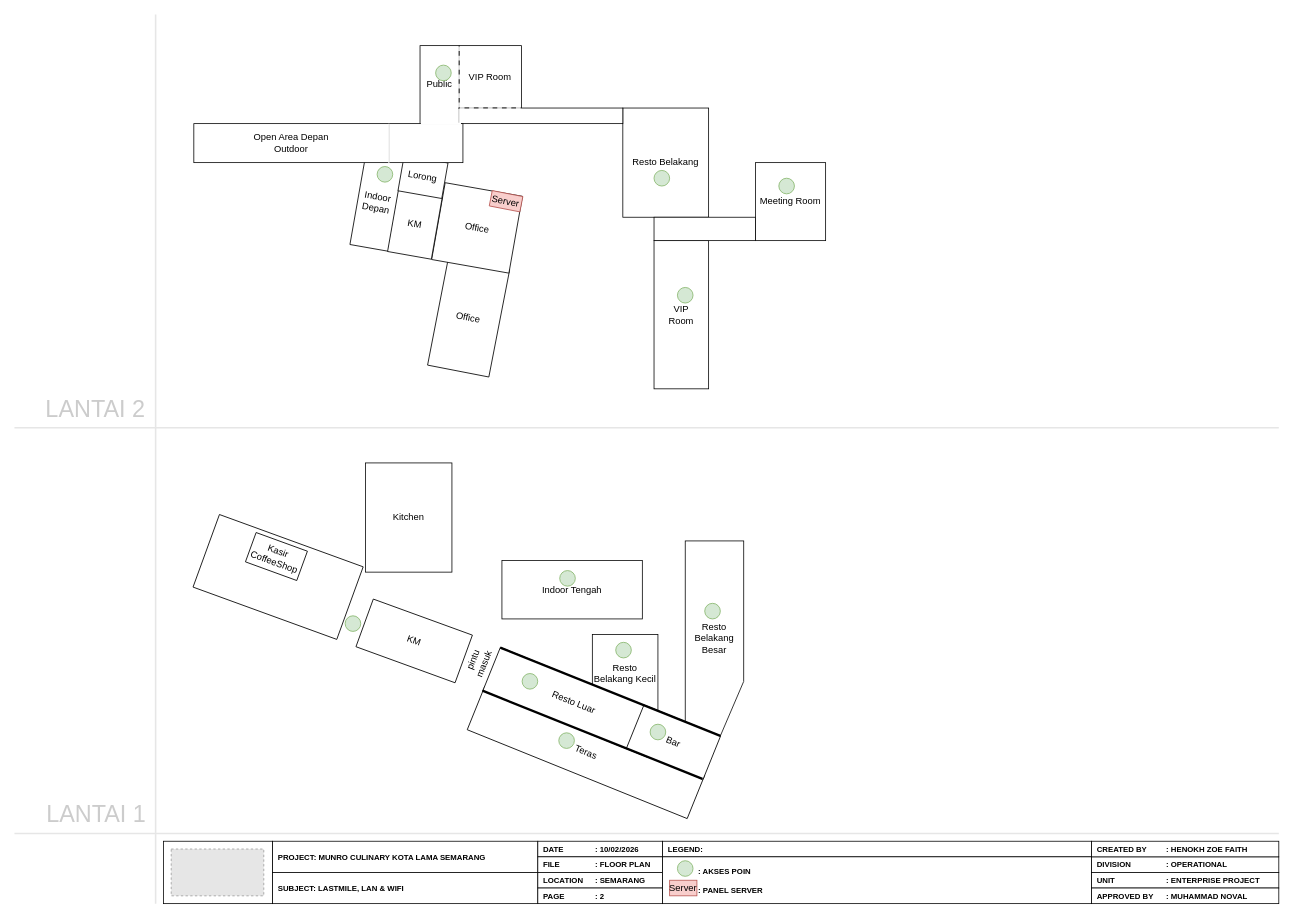
Above: page "FloorPlan" (2 of 2) of Plnnning AP Munro Culinary.drawio in hnkzf/topologi-site (draw.io), before the change. Source tidied: cells renumbered, new cells numbered last; positions are measured from the earlier drawing's top-left corner, leaving out a move shared by most shapes. Both pictures are drawn from the tidied source at 78%, with x=0, y=0 at pixel (14, 14). Pictures stored in the file or linked from it are replaced by grey dashed boxes.
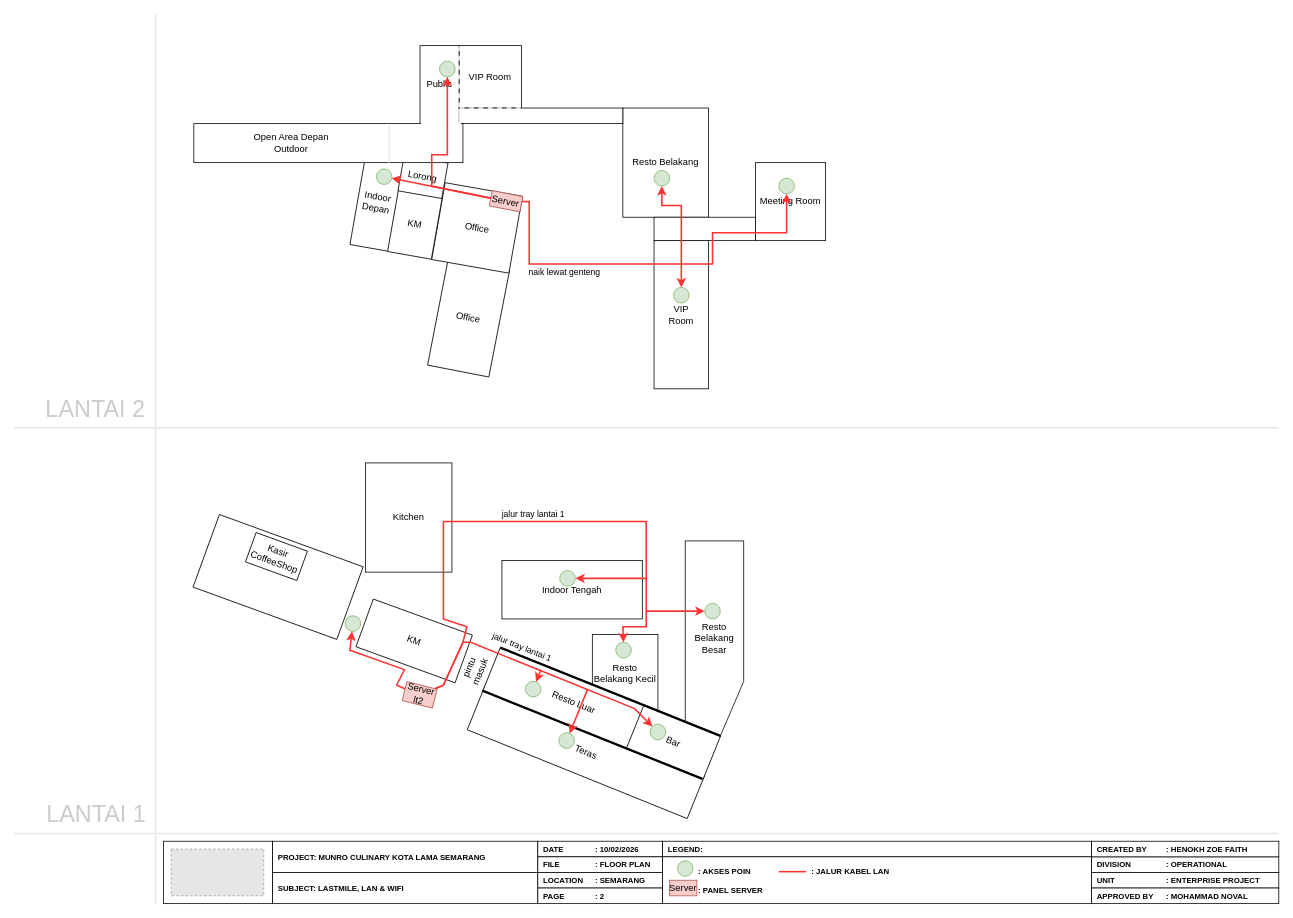
The same page after the edit.

Unchanged cells that the change refers to:
```xml
<mxCell id="31" style="ellipse;whiteSpace=wrap;html=1;fillColor=#d5e8d4;strokeColor=#82b366;" parent="1" vertex="1">
  <mxGeometry x="424" y="771" width="20" height="20" as="geometry" />
</mxCell>
<mxCell id="32" style="ellipse;whiteSpace=wrap;html=1;fillColor=#d5e8d4;strokeColor=#82b366;" parent="1" vertex="1">
  <mxGeometry x="699.1" y="713" width="20" height="20" as="geometry" />
</mxCell>
<mxCell id="34" style="ellipse;whiteSpace=wrap;html=1;fillColor=#d5e8d4;strokeColor=#82b366;" parent="1" vertex="1">
  <mxGeometry x="697.9" y="921" width="20" height="20" as="geometry" />
</mxCell>
<mxCell id="35" style="ellipse;whiteSpace=wrap;html=1;fillColor=#d5e8d4;strokeColor=#82b366;" parent="1" vertex="1">
  <mxGeometry x="770.9" y="805" width="20" height="20" as="geometry" />
</mxCell>
<mxCell id="36" style="ellipse;whiteSpace=wrap;html=1;fillColor=#d5e8d4;strokeColor=#82b366;" parent="1" vertex="1">
  <mxGeometry x="885" y="755" width="20" height="20" as="geometry" />
</mxCell>
<mxCell id="56" style="ellipse;whiteSpace=wrap;html=1;fillColor=#d5e8d4;strokeColor=#82b366;" parent="1" vertex="1">
  <mxGeometry x="980" y="210" width="20" height="20" as="geometry" />
</mxCell>
<mxCell id="57" value="Server" style="rounded=0;whiteSpace=wrap;html=1;fillColor=#f8cecc;strokeColor=#b85450;rotation=11;" parent="1" vertex="1">
  <mxGeometry x="610.3" y="229.5" width="40" height="20" as="geometry" />
</mxCell>
<mxCell id="71" style="ellipse;whiteSpace=wrap;html=1;fillColor=#d5e8d4;strokeColor=#82b366;" parent="1" vertex="1">
  <mxGeometry x="815" y="910" width="20" height="20" as="geometry" />
</mxCell>
```

Diff of the diagram source:
```diff
@@
-    <mxCell id="17" value="APPROVED BY&lt;span style=&quot;white-space: pre;&quot;&gt;&#9;&lt;/span&gt;: MUHAMMAD NOVAL" style="rounded=0;whiteSpace=wrap;html=1;align=left;fontStyle=1;fontSize=10;spacingLeft=5;" parent="1" vertex="1">
+    <mxCell id="17" value="APPROVED BY&lt;span style=&quot;white-space: pre;&quot;&gt;&#9;&lt;/span&gt;: MOHAMMAD NOVAL" style="rounded=0;whiteSpace=wrap;html=1;align=left;fontStyle=1;fontSize=10;spacingLeft=5;" parent="1" vertex="1">
       <mxGeometry x="1381" y="1120" width="240" height="20" as="geometry" />
     </mxCell>
@@
     <mxCell id="33" style="ellipse;whiteSpace=wrap;html=1;fillColor=#d5e8d4;strokeColor=#82b366;" parent="1" vertex="1">
-      <mxGeometry x="650.9" y="845" width="20" height="20" as="geometry" />
+      <mxGeometry x="655" y="855" width="20" height="20" as="geometry" />
     </mxCell>
@@
     <mxCell id="37" value="pintu masuk" style="text;html=1;whiteSpace=wrap;strokeColor=none;fillColor=none;align=center;verticalAlign=middle;rounded=0;rotation=-68;" parent="1" vertex="1">
-      <mxGeometry x="565" y="815" width="60" height="30" as="geometry" />
+      <mxGeometry x="560" y="825" width="60" height="30" as="geometry" />
     </mxCell>
@@
     <mxCell id="53" style="ellipse;whiteSpace=wrap;html=1;fillColor=#d5e8d4;strokeColor=#82b366;" parent="1" vertex="1">
-      <mxGeometry x="465" y="195" width="20" height="20" as="geometry" />
+      <mxGeometry x="464" y="198" width="20" height="20" as="geometry" />
     </mxCell>
     <mxCell id="54" style="ellipse;whiteSpace=wrap;html=1;fillColor=#d5e8d4;strokeColor=#82b366;" parent="1" vertex="1">
-      <mxGeometry x="540" y="65" width="20" height="20" as="geometry" />
+      <mxGeometry x="545" y="60" width="20" height="20" as="geometry" />
     </mxCell>
@@
     <mxCell id="58" style="ellipse;whiteSpace=wrap;html=1;fillColor=#d5e8d4;strokeColor=#82b366;" parent="1" vertex="1">
-      <mxGeometry x="850" y="350" width="20" height="20" as="geometry" />
+      <mxGeometry x="845" y="350" width="20" height="20" as="geometry" />
     </mxCell>
@@
+    <mxCell id="72" style="endArrow=classic;html=1;rounded=0;strokeColor=#FF3333;strokeWidth=2;" parent="1" edge="1" source="57" target="54">
+      <mxGeometry relative="1" as="geometry">
+        <Array as="points">
+          <mxPoint x="535" y="220" />
+          <mxPoint x="535" y="180" />
+          <mxPoint x="555" y="180" />
+        </Array>
+      </mxGeometry>
+    </mxCell>
+    <mxCell id="73" style="endArrow=classic;html=1;rounded=0;strokeWidth=2;strokeColor=#FF3333;" parent="1" edge="1" source="57" target="53">
+      <mxGeometry relative="1" as="geometry" />
+    </mxCell>
+    <mxCell id="74" style="endArrow=classic;html=1;rounded=0;strokeColor=#FF3333;strokeWidth=2;" parent="1" edge="1" source="57" target="56">
+      <mxGeometry relative="1" as="geometry">
+        <Array as="points">
+          <mxPoint x="660" y="240" />
+          <mxPoint x="660" y="320" />
+          <mxPoint x="895" y="320" />
+          <mxPoint x="895" y="280" />
+          <mxPoint x="990" y="280" />
+        </Array>
+      </mxGeometry>
+    </mxCell>
+    <mxCell id="75" value="naik lewat genteng" style="edgeLabel;html=1;align=center;verticalAlign=middle;" parent="74" vertex="1">
+      <mxGeometry x="-0.51" relative="1" as="geometry">
+        <mxPoint x="9" y="10" as="offset" />
+      </mxGeometry>
+    </mxCell>
+    <mxCell id="76" style="endArrow=classic;html=1;rounded=0;strokeColor=#FF3333;strokeWidth=2;" parent="1" edge="1">
+      <mxGeometry relative="1" as="geometry">
+        <mxPoint x="855" y="320" as="sourcePoint" />
+        <mxPoint x="830" y="220" as="targetPoint" />
+        <Array as="points">
+          <mxPoint x="855" y="245" />
+          <mxPoint x="830" y="245" />
+        </Array>
+      </mxGeometry>
+    </mxCell>
+    <mxCell id="77" style="endArrow=classic;html=1;rounded=0;strokeColor=#FF3333;strokeWidth=2;" parent="1" edge="1" target="58">
+      <mxGeometry relative="1" as="geometry">
+        <mxPoint x="855" y="320" as="sourcePoint" />
+      </mxGeometry>
+    </mxCell>
+    <mxCell id="78" style="endArrow=classic;html=1;rounded=0;strokeWidth=2;strokeColor=#FF3333;" parent="1" edge="1" source="79" target="31">
+      <mxGeometry relative="1" as="geometry">
+        <Array as="points">
+          <mxPoint x="490" y="860" />
+          <mxPoint x="500" y="840" />
+          <mxPoint x="430" y="815" />
+        </Array>
+      </mxGeometry>
+    </mxCell>
+    <mxCell id="79" value="Server&lt;div&gt;lt2&lt;/div&gt;" style="rounded=0;whiteSpace=wrap;html=1;fillColor=#f8cecc;strokeColor=#b85450;rotation=14;" parent="1" vertex="1">
+      <mxGeometry x="499.5" y="859.9" width="40" height="25" as="geometry" />
+    </mxCell>
+    <mxCell id="80" style="endArrow=classic;html=1;rounded=0;strokeWidth=2;strokeColor=#FF3333;" parent="1" edge="1" source="79" target="71">
+      <mxGeometry relative="1" as="geometry">
+        <Array as="points">
+          <mxPoint x="550" y="860" />
+          <mxPoint x="575" y="805" />
+          <mxPoint x="585" y="805" />
+          <mxPoint x="795" y="890" />
+        </Array>
+      </mxGeometry>
+    </mxCell>
+    <mxCell id="81" value="jalur tray lantai 1" style="edgeLabel;html=1;align=center;verticalAlign=middle;rotation=22;" parent="80" vertex="1">
+      <mxGeometry x="-0.21" y="1" relative="1" as="geometry">
+        <mxPoint x="16" y="-14" as="offset" />
+      </mxGeometry>
+    </mxCell>
+    <mxCell id="82" style="endArrow=classic;html=1;rounded=0;strokeWidth=2;strokeColor=#FF3333;" parent="1" edge="1" target="33">
+      <mxGeometry relative="1" as="geometry">
+        <mxPoint x="675" y="840" as="sourcePoint" />
+      </mxGeometry>
+    </mxCell>
+    <mxCell id="83" style="endArrow=classic;html=1;rounded=0;strokeWidth=2;strokeColor=#FF3333;" parent="1" edge="1" target="34">
+      <mxGeometry relative="1" as="geometry">
+        <mxPoint x="735" y="865" as="sourcePoint" />
+      </mxGeometry>
+    </mxCell>
+    <mxCell id="84" style="endArrow=classic;html=1;rounded=0;strokeColor=#FF3333;strokeWidth=2;" parent="1" edge="1" source="79" target="36">
+      <mxGeometry relative="1" as="geometry">
+        <Array as="points">
+          <mxPoint x="550" y="860" />
+          <mxPoint x="575" y="805" />
+          <mxPoint x="580" y="785" />
+          <mxPoint x="550" y="775" />
+          <mxPoint x="550" y="650" />
+          <mxPoint x="810" y="650" />
+          <mxPoint x="810" y="765" />
+        </Array>
+      </mxGeometry>
+    </mxCell>
+    <mxCell id="85" value="jalur tray lantai 1" style="edgeLabel;html=1;align=center;verticalAlign=middle;" parent="84" vertex="1">
+      <mxGeometry x="-0.04" relative="1" as="geometry">
+        <mxPoint x="28" y="-10" as="offset" />
+      </mxGeometry>
+    </mxCell>
+    <mxCell id="86" style="endArrow=classic;html=1;rounded=0;strokeColor=#FF3333;strokeWidth=2;" parent="1" edge="1" target="32">
+      <mxGeometry relative="1" as="geometry">
+        <mxPoint x="810" y="723" as="sourcePoint" />
+      </mxGeometry>
+    </mxCell>
+    <mxCell id="87" style="endArrow=classic;html=1;rounded=0;strokeColor=#FF3333;strokeWidth=2;" parent="1" edge="1" target="35">
+      <mxGeometry relative="1" as="geometry">
+        <mxPoint x="810" y="765" as="sourcePoint" />
+        <Array as="points">
+          <mxPoint x="810" y="785" />
+          <mxPoint x="780" y="785" />
+        </Array>
+      </mxGeometry>
+    </mxCell>
+    <mxCell id="88" style="endArrow=none;html=1;rounded=0;strokeWidth=2;strokeColor=#FF3333;" parent="1" edge="1">
+      <mxGeometry relative="1" as="geometry">
+        <mxPoint x="980" y="1099" as="sourcePoint" />
+        <mxPoint x="1015" y="1099" as="targetPoint" />
+      </mxGeometry>
+    </mxCell>
+    <mxCell id="89" value=": JALUR KABEL LAN" style="text;html=1;whiteSpace=wrap;strokeColor=none;fillColor=none;align=left;verticalAlign=middle;rounded=0;fontSize=10;fontStyle=1;" parent="1" vertex="1">
+      <mxGeometry x="1020" y="1090" width="115" height="15" as="geometry" />
+    </mxCell>
```
